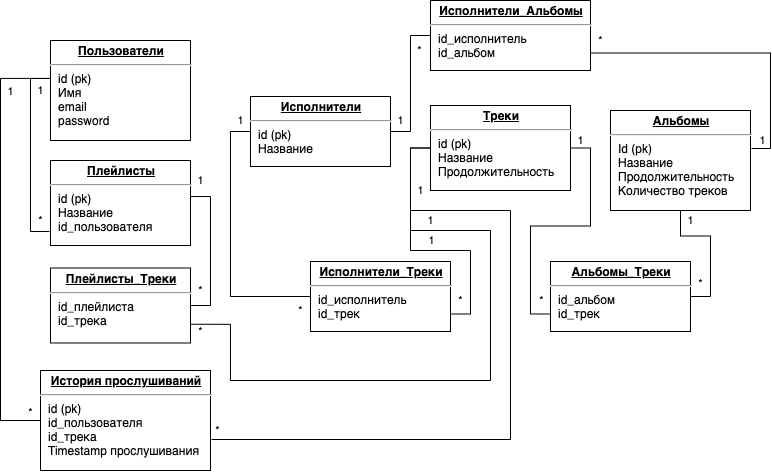
Earlier version of the draw.io export img/database.png (poofik33/highload-hw2). Source tidied: cells renumbered, new cells last; positions are measured from the earlier drawing's top-left corner, leaving out a move shared by most shapes.
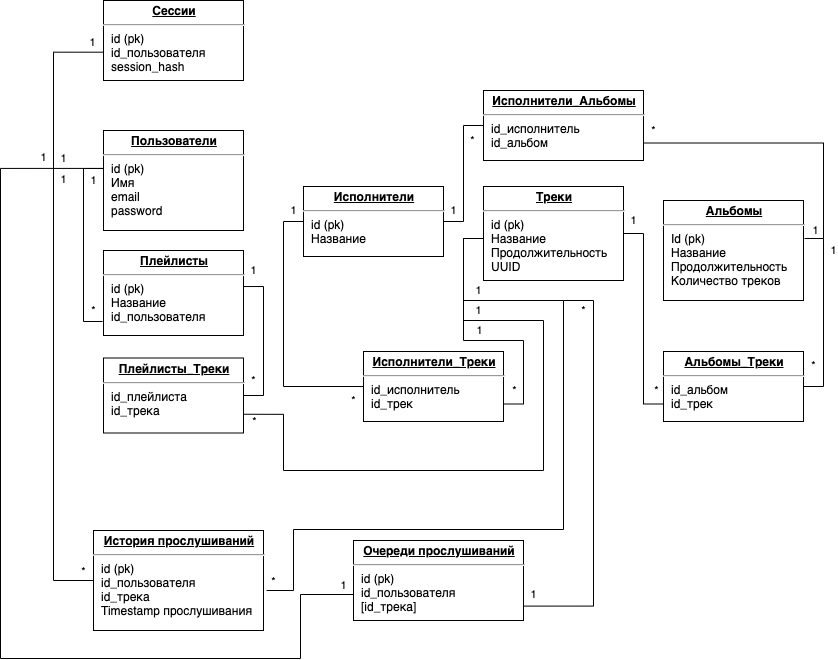
After the change.

Commit message:
Add listening queue and session in logical scheme

Diff of the diagram source:
```diff
@@ -77,7 +77,7 @@
     </mxCell>
     <mxCell id="17" value="1" style="edgeLabel;html=1;align=center;verticalAlign=middle;" parent="16" vertex="1">
       <mxGeometry x="0.12" y="1" relative="1" as="geometry">
-        <mxPoint x="-7.2" y="-9" as="offset" />
+        <mxPoint x="-10.2" y="-9" as="offset" />
       </mxGeometry>
     </mxCell>
     <mxCell id="18" value="*" style="edgeLabel;html=1;align=center;verticalAlign=middle;" parent="16" vertex="1">
@@ -104,22 +104,24 @@
     </mxCell>
     <mxCell id="21" value="1" style="edgeLabel;html=1;align=center;verticalAlign=middle;" parent="19" vertex="1">
       <mxGeometry x="-0.57" y="1" relative="1" as="geometry">
-        <mxPoint x="-25" y="-9" as="offset" />
+        <mxPoint x="-27" y="-9" as="offset" />
       </mxGeometry>
     </mxCell>
-    <mxCell id="22" style="edgeStyle=orthogonalEdgeStyle;rounded=0;jettySize=auto;html=1;entryX=1.006;entryY=0.69;entryDx=0;entryDy=0;entryPerimeter=0;endArrow=none;endFill=0;" parent="1" edge="1" target="41">
+    <mxCell id="22" style="edgeStyle=orthogonalEdgeStyle;rounded=0;jettySize=auto;html=1;entryX=1.018;entryY=0.6;entryDx=0;entryDy=0;endArrow=none;endFill=0;entryPerimeter=0;" parent="1" edge="1" target="41">
       <mxGeometry relative="1" as="geometry">
         <mxPoint x="410" y="200" as="sourcePoint" />
         <Array as="points">
           <mxPoint x="410" y="210" />
           <mxPoint x="510" y="210" />
           <mxPoint x="510" y="439" />
+          <mxPoint x="240" y="439" />
+          <mxPoint x="240" y="500" />
         </Array>
       </mxGeometry>
     </mxCell>
     <mxCell id="23" value="1" style="edgeLabel;html=1;align=center;verticalAlign=middle;" parent="22" vertex="1">
       <mxGeometry x="-0.8" relative="1" as="geometry">
-        <mxPoint x="-43.3" y="-20" as="offset" />
+        <mxPoint x="-44.3" y="-10" as="offset" />
       </mxGeometry>
     </mxCell>
     <mxCell id="24" value="*" style="edgeLabel;html=1;align=center;verticalAlign=middle;" parent="22" vertex="1">
@@ -127,15 +129,20 @@
         <mxPoint y="-8" as="offset" />
       </mxGeometry>
     </mxCell>
-    <mxCell id="25" value="&lt;p style=&quot;margin: 0px ; margin-top: 4px ; text-align: center ; text-decoration: underline&quot;&gt;&lt;b&gt;Треки&lt;/b&gt;&lt;/p&gt;&lt;hr&gt;&lt;p style=&quot;margin: 0px ; margin-left: 8px&quot;&gt;id (pk)&amp;nbsp;&lt;/p&gt;&lt;p style=&quot;margin: 0px ; margin-left: 8px&quot;&gt;Название&lt;/p&gt;&lt;p style=&quot;margin: 0px ; margin-left: 8px&quot;&gt;&lt;span&gt;Продолжительность&lt;/span&gt;&lt;br&gt;&lt;/p&gt;&lt;p style=&quot;margin: 0px ; margin-left: 8px&quot;&gt;&lt;br&gt;&lt;/p&gt;" style="verticalAlign=top;align=left;overflow=fill;fontSize=12;fontFamily=Helvetica;html=1;rounded=0;shadow=0;comic=0;labelBackgroundColor=none;strokeWidth=1;" parent="1" vertex="1">
-      <mxGeometry x="430" y="105" width="140" height="85" as="geometry" />
+    <mxCell id="25" value="&lt;p style=&quot;margin: 0px ; margin-top: 4px ; text-align: center ; text-decoration: underline&quot;&gt;&lt;b&gt;Треки&lt;/b&gt;&lt;/p&gt;&lt;hr&gt;&lt;p style=&quot;margin: 0px ; margin-left: 8px&quot;&gt;id (pk)&amp;nbsp;&lt;/p&gt;&lt;p style=&quot;margin: 0px ; margin-left: 8px&quot;&gt;Название&lt;/p&gt;&lt;p style=&quot;margin: 0px ; margin-left: 8px&quot;&gt;&lt;span&gt;Продолжительность&lt;/span&gt;&lt;br&gt;&lt;/p&gt;&lt;p style=&quot;margin: 0px ; margin-left: 8px&quot;&gt;UUID&lt;/p&gt;&lt;p style=&quot;margin: 0px ; margin-left: 8px&quot;&gt;&lt;br&gt;&lt;/p&gt;" style="verticalAlign=top;align=left;overflow=fill;fontSize=12;fontFamily=Helvetica;html=1;rounded=0;shadow=0;comic=0;labelBackgroundColor=none;strokeWidth=1;" parent="1" vertex="1">
+      <mxGeometry x="430" y="96" width="140" height="94" as="geometry" />
     </mxCell>
-    <mxCell id="26" style="edgeStyle=orthogonalEdgeStyle;rounded=0;jettySize=auto;html=1;entryX=1;entryY=0.5;entryDx=0;entryDy=0;endArrow=none;endFill=0;" parent="1" edge="1" source="32" target="33">
-      <mxGeometry relative="1" as="geometry" />
+    <mxCell id="26" style="edgeStyle=orthogonalEdgeStyle;rounded=0;jettySize=auto;html=1;entryX=1;entryY=0.5;entryDx=0;entryDy=0;endArrow=none;endFill=0;" parent="1" edge="1" target="33">
+      <mxGeometry relative="1" as="geometry">
+        <mxPoint x="770" y="148" as="sourcePoint" />
+        <Array as="points">
+          <mxPoint x="770" y="296" />
+        </Array>
+      </mxGeometry>
     </mxCell>
     <mxCell id="27" value="1" style="edgeLabel;html=1;align=center;verticalAlign=middle;" parent="26" vertex="1">
       <mxGeometry x="-0.4" relative="1" as="geometry">
-        <mxPoint x="-5.3" y="-15.5" as="offset" />
+        <mxPoint x="10" y="-39.7" as="offset" />
       </mxGeometry>
     </mxCell>
     <mxCell id="28" value="*" style="edgeLabel;html=1;align=center;verticalAlign=middle;" parent="26" vertex="1">
@@ -160,7 +167,7 @@
       <mxGeometry x="610" y="110" width="140" height="100" as="geometry" />
     </mxCell>
     <mxCell id="33" value="&lt;p style=&quot;margin: 0px ; margin-top: 4px ; text-align: center ; text-decoration: underline&quot;&gt;&lt;b&gt;Альбомы_Треки&lt;/b&gt;&lt;/p&gt;&lt;hr&gt;&lt;p style=&quot;margin: 0px ; margin-left: 8px&quot;&gt;id_альбом&lt;/p&gt;&lt;p style=&quot;margin: 0px ; margin-left: 8px&quot;&gt;id_трек&lt;/p&gt;" style="verticalAlign=top;align=left;overflow=fill;fontSize=12;fontFamily=Helvetica;html=1;rounded=0;shadow=0;comic=0;labelBackgroundColor=none;strokeWidth=1;" parent="1" vertex="1">
-      <mxGeometry x="550" y="261" width="140" height="70" as="geometry" />
+      <mxGeometry x="610" y="261" width="140" height="70" as="geometry" />
     </mxCell>
     <mxCell id="34" value="&lt;p style=&quot;margin: 0px ; margin-top: 4px ; text-align: center ; text-decoration: underline&quot;&gt;&lt;b&gt;Исполнители_Треки&lt;/b&gt;&lt;/p&gt;&lt;hr&gt;&lt;p style=&quot;margin: 0px ; margin-left: 8px&quot;&gt;id_исполнитель&lt;/p&gt;&lt;p style=&quot;margin: 0px ; margin-left: 8px&quot;&gt;id_трек&lt;/p&gt;" style="verticalAlign=top;align=left;overflow=fill;fontSize=12;fontFamily=Helvetica;html=1;rounded=0;shadow=0;comic=0;labelBackgroundColor=none;strokeWidth=1;" parent="1" vertex="1">
       <mxGeometry x="310" y="261" width="140" height="70" as="geometry" />
@@ -193,25 +200,87 @@
       <mxGeometry x="50" y="267.5" width="140" height="75" as="geometry" />
     </mxCell>
     <mxCell id="41" value="&lt;p style=&quot;margin: 0px ; margin-top: 4px ; text-align: center ; text-decoration: underline&quot;&gt;&lt;b&gt;История прослушиваний&lt;/b&gt;&lt;/p&gt;&lt;hr&gt;&lt;p style=&quot;margin: 0px ; margin-left: 8px&quot;&gt;id (pk)&lt;/p&gt;&lt;p style=&quot;margin: 0px ; margin-left: 8px&quot;&gt;&lt;span&gt;id_пользователя&lt;/span&gt;&lt;br&gt;&lt;/p&gt;&lt;p style=&quot;margin: 0px ; margin-left: 8px&quot;&gt;id_трека&lt;/p&gt;&lt;p style=&quot;margin: 0px ; margin-left: 8px&quot;&gt;Timestamp прослушивания&lt;/p&gt;" style="verticalAlign=top;align=left;overflow=fill;fontSize=12;fontFamily=Helvetica;html=1;rounded=0;shadow=0;comic=0;labelBackgroundColor=none;strokeWidth=1;" parent="1" vertex="1">
-      <mxGeometry x="40" y="370" width="170" height="100" as="geometry" />
+      <mxGeometry x="40" y="440" width="170" height="100" as="geometry" />
     </mxCell>
     <mxCell id="42" style="edgeStyle=orthogonalEdgeStyle;rounded=0;jettySize=auto;html=1;exitX=-0.002;exitY=0.379;exitDx=0;exitDy=0;entryX=0;entryY=0.5;entryDx=0;entryDy=0;exitPerimeter=0;endArrow=none;endFill=0;" parent="1" edge="1" source="5" target="41">
       <mxGeometry relative="1" as="geometry">
         <Array as="points">
           <mxPoint y="78" />
-          <mxPoint y="420" />
+          <mxPoint y="490" />
         </Array>
       </mxGeometry>
     </mxCell>
     <mxCell id="43" value="1" style="edgeLabel;html=1;align=center;verticalAlign=middle;" parent="42" vertex="1">
       <mxGeometry x="-0.74" y="2" relative="1" as="geometry">
-        <mxPoint x="8" y="5" as="offset" />
+        <mxPoint x="8" y="-6" as="offset" />
       </mxGeometry>
     </mxCell>
     <mxCell id="44" value="*" style="edgeLabel;html=1;align=center;verticalAlign=middle;" parent="42" vertex="1">
       <mxGeometry x="-0.62" y="2" relative="1" as="geometry">
-        <mxPoint x="28" y="302.8" as="offset" />
+        <mxPoint x="28" y="357.8" as="offset" />
       </mxGeometry>
     </mxCell>
+    <mxCell id="45" style="edgeStyle=orthogonalEdgeStyle;rounded=0;jettySize=auto;html=1;exitX=-0.005;exitY=0.646;exitDx=0;exitDy=0;endArrow=none;endFill=0;exitPerimeter=0;" parent="1" edge="1" source="48">
+      <mxGeometry relative="1" as="geometry">
+        <mxPoint y="80" as="targetPoint" />
+      </mxGeometry>
+    </mxCell>
+    <mxCell id="46" value="1" style="edgeLabel;html=1;align=center;verticalAlign=middle;" parent="45" vertex="1">
+      <mxGeometry x="0.74" y="1" relative="1" as="geometry">
+        <mxPoint x="9" y="9.3" as="offset" />
+      </mxGeometry>
+    </mxCell>
+    <mxCell id="47" value="1" style="edgeLabel;html=1;align=center;verticalAlign=middle;" parent="45" vertex="1">
+      <mxGeometry x="-0.84" y="1" relative="1" as="geometry">
+        <mxPoint x="3.1" y="-11" as="offset" />
+      </mxGeometry>
+    </mxCell>
+    <mxCell id="48" value="&lt;p style=&quot;margin: 0px ; margin-top: 4px ; text-align: center ; text-decoration: underline&quot;&gt;&lt;b&gt;Сессии&lt;/b&gt;&lt;/p&gt;&lt;hr&gt;&lt;p style=&quot;margin: 0px ; margin-left: 8px&quot;&gt;id (pk)&lt;/p&gt;&lt;p style=&quot;margin: 0px ; margin-left: 8px&quot;&gt;id_пользователя&lt;/p&gt;&lt;p style=&quot;margin: 0px ; margin-left: 8px&quot;&gt;session_hash&lt;/p&gt;" style="verticalAlign=top;align=left;overflow=fill;fontSize=12;fontFamily=Helvetica;html=1;rounded=0;shadow=0;comic=0;labelBackgroundColor=none;strokeWidth=1;" parent="1" vertex="1">
+      <mxGeometry x="50" y="-90" width="140" height="80" as="geometry" />
+    </mxCell>
+    <mxCell id="49" style="edgeStyle=orthogonalEdgeStyle;rounded=0;orthogonalLoop=1;jettySize=auto;html=1;endArrow=none;endFill=0;exitX=-0.002;exitY=0.672;exitDx=0;exitDy=0;exitPerimeter=0;" parent="1" edge="1">
+      <mxGeometry relative="1" as="geometry">
+        <mxPoint x="299.7" y="504" as="sourcePoint" />
+        <mxPoint y="77.9" as="targetPoint" />
+        <Array as="points">
+          <mxPoint x="247" y="504" />
+          <mxPoint x="247" y="568" />
+          <mxPoint x="-53" y="568" />
+          <mxPoint x="-53" y="78" />
+        </Array>
+      </mxGeometry>
+    </mxCell>
+    <mxCell id="50" value="1" style="edgeLabel;html=1;align=center;verticalAlign=middle;" parent="49" vertex="1">
+      <mxGeometry x="0.97" relative="1" as="geometry">
+        <mxPoint x="2.2" y="-10.9" as="offset" />
+      </mxGeometry>
+    </mxCell>
+    <mxCell id="51" value="1" style="edgeLabel;html=1;align=center;verticalAlign=middle;" parent="49" vertex="1">
+      <mxGeometry x="-0.91" y="1" relative="1" as="geometry">
+        <mxPoint x="32.7" y="-10" as="offset" />
+      </mxGeometry>
+    </mxCell>
+    <mxCell id="52" style="edgeStyle=orthogonalEdgeStyle;rounded=0;jettySize=auto;html=1;exitX=0.999;exitY=0.82;exitDx=0;exitDy=0;endArrow=none;endFill=0;exitPerimeter=0;" parent="1" edge="1" source="55">
+      <mxGeometry relative="1" as="geometry">
+        <mxPoint x="510" y="210" as="targetPoint" />
+        <Array as="points">
+          <mxPoint x="540" y="516" />
+          <mxPoint x="540" y="210" />
+        </Array>
+      </mxGeometry>
+    </mxCell>
+    <mxCell id="53" value="1" style="edgeLabel;html=1;align=center;verticalAlign=middle;" parent="52" vertex="1">
+      <mxGeometry x="-0.89" y="2" relative="1" as="geometry">
+        <mxPoint x="-12.3" y="-9.6" as="offset" />
+      </mxGeometry>
+    </mxCell>
+    <mxCell id="54" value="*" style="edgeLabel;html=1;align=center;verticalAlign=middle;" parent="52" vertex="1">
+      <mxGeometry x="0.8" relative="1" as="geometry">
+        <mxPoint x="-10" y="0.1" as="offset" />
+      </mxGeometry>
+    </mxCell>
+    <mxCell id="55" value="&lt;p style=&quot;margin: 0px ; margin-top: 4px ; text-align: center ; text-decoration: underline&quot;&gt;&lt;b&gt;Очереди прослушиваний&lt;/b&gt;&lt;/p&gt;&lt;hr&gt;&lt;p style=&quot;margin: 0px ; margin-left: 8px&quot;&gt;id (pk)&lt;/p&gt;&lt;p style=&quot;margin: 0px ; margin-left: 8px&quot;&gt;&lt;span&gt;id_пользователя&lt;/span&gt;&lt;br&gt;&lt;/p&gt;&lt;p style=&quot;margin: 0px ; margin-left: 8px&quot;&gt;[id_трека]&lt;/p&gt;" style="verticalAlign=top;align=left;overflow=fill;fontSize=12;fontFamily=Helvetica;html=1;rounded=0;shadow=0;comic=0;labelBackgroundColor=none;strokeWidth=1;" parent="1" vertex="1">
+      <mxGeometry x="300" y="450" width="170" height="80" as="geometry" />
+    </mxCell>
   </root>
 </mxGraphModel>
```
